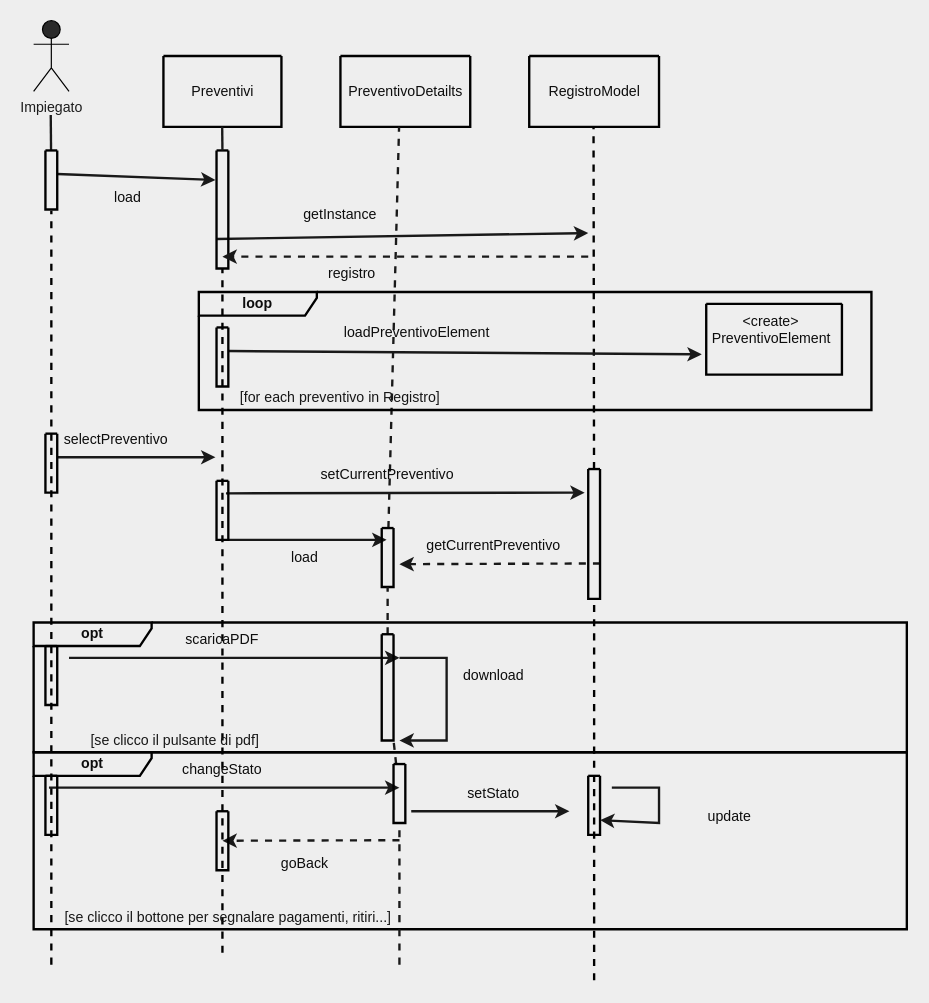
Before: doc/preventiviSeq.drawio in 446f6e6e79/ConfiguratoreAuto, a draw.io diagram. Source tidied: cells renumbered, new cells numbered last; positions are measured from the earlier drawing's top-left corner, leaving out a move shared by most shapes. Both pictures are drawn from the tidied source at 118%, with x=0, y=0 at pixel (33, 20).
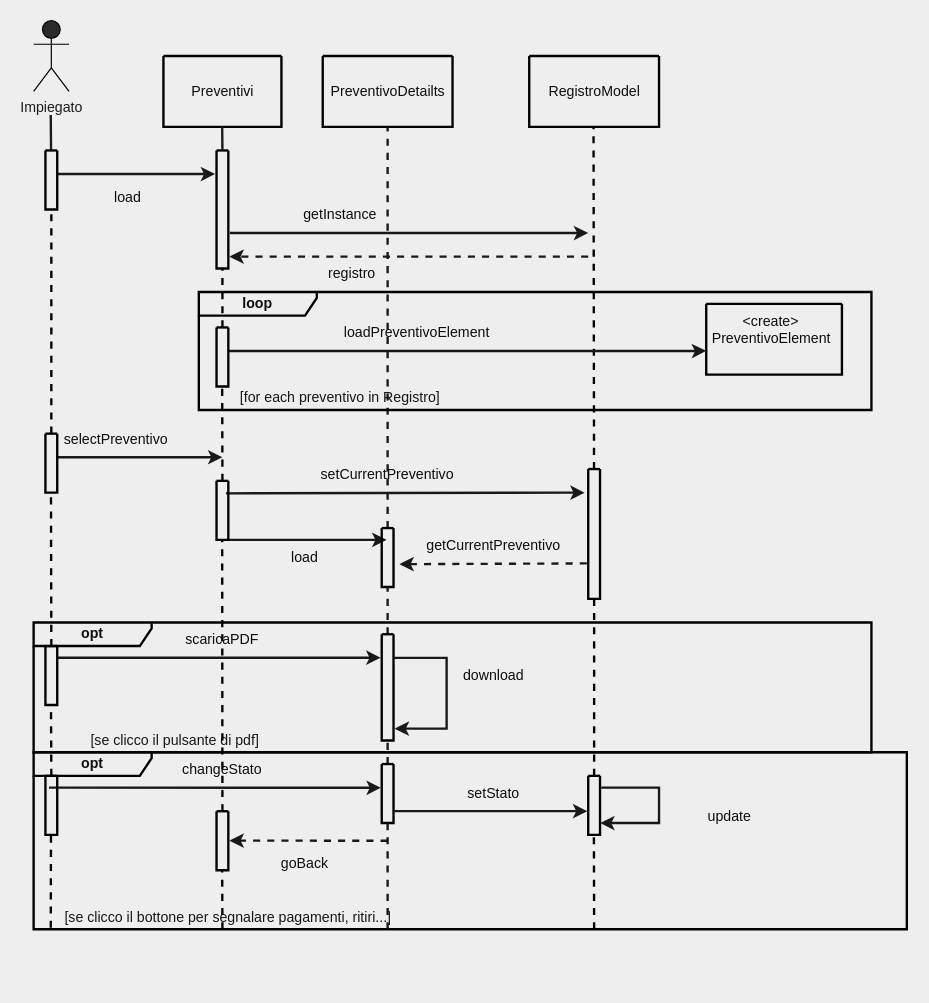
After the change.

Commit message (it also covers changes not shown here):
Sistemato PreventiviSeq

Unchanged cells that the change refers to:
```xml
<mxCell id="9" style="swimlane;startSize=0;labelBackgroundColor=none;strokeColor=#000000;strokeWidth=2;fontColor=#0D0D0D;fillColor=#2A2A2A;" parent="1" vertex="1">
  <mxGeometry x="10" y="110" width="10" height="50" as="geometry" />
</mxCell>
<mxCell id="12" style="swimlane;startSize=0;labelBackgroundColor=none;strokeColor=#000000;strokeWidth=2;fontColor=#0D0D0D;fillColor=#2A2A2A;" parent="1" vertex="1">
  <mxGeometry x="155" y="110" width="10" height="100" as="geometry" />
</mxCell>
<mxCell id="24" style="swimlane;startSize=0;strokeColor=#000000;fontColor=#0D0D0D;fillColor=#2A2A2A;strokeWidth=2;" parent="1" vertex="1">
  <mxGeometry x="570" y="240" width="115" height="60" as="geometry" />
</mxCell>
<mxCell id="25" value="PreventivoElement" style="text;html=1;align=center;verticalAlign=middle;points=[];strokeColor=none;fillColor=none;fontColor=#0D0D0D;" parent="24" vertex="1">
  <mxGeometry x="-5" y="15" width="120" height="30" as="geometry" />
</mxCell>
<mxCell id="37" value="&lt;b&gt;opt&lt;/b&gt;" style="shape=umlFrame;whiteSpace=wrap;html=1;labelBackgroundColor=none;strokeColor=#000000;strokeWidth=2;fontColor=#0D0D0D;fillColor=none;width=100;height=20;" parent="1" vertex="1">
  <mxGeometry y="620" width="740" height="150" as="geometry" />
</mxCell>
<mxCell id="49" value="&lt;font color=&quot;#171717&quot;&gt;[se clicco il bottone per segnalare pagamenti, ritiri...]&lt;/font&gt;" style="text;html=1;strokeColor=none;fillColor=none;align=center;verticalAlign=middle;whiteSpace=wrap;rounded=0;" parent="1" vertex="1">
  <mxGeometry y="750" width="330" height="20" as="geometry" />
</mxCell>
<mxCell id="53" style="swimlane;startSize=0;labelBackgroundColor=none;strokeColor=#000000;strokeWidth=2;fontColor=#0D0D0D;fillColor=#2A2A2A;" parent="1" vertex="1">
  <mxGeometry x="155" y="260" width="10" height="50" as="geometry" />
</mxCell>
<mxCell id="54" style="swimlane;startSize=0;labelBackgroundColor=none;strokeColor=#000000;strokeWidth=2;fontColor=#0D0D0D;fillColor=#2A2A2A;" parent="1" vertex="1">
  <mxGeometry x="10" y="350" width="10" height="50" as="geometry" />
</mxCell>
<mxCell id="55" style="swimlane;startSize=0;labelBackgroundColor=none;strokeColor=#000000;strokeWidth=2;fontColor=#0D0D0D;fillColor=#2A2A2A;" parent="1" vertex="1">
  <mxGeometry x="155" y="390" width="10" height="50" as="geometry" />
</mxCell>
<mxCell id="56" style="swimlane;startSize=0;labelBackgroundColor=none;strokeColor=#000000;strokeWidth=2;fontColor=#0D0D0D;fillColor=#2A2A2A;" parent="1" vertex="1">
  <mxGeometry x="295" y="430" width="10" height="50" as="geometry" />
</mxCell>
<mxCell id="58" style="swimlane;startSize=0;labelBackgroundColor=none;strokeColor=#000000;strokeWidth=2;fontColor=#0D0D0D;fillColor=#2A2A2A;" parent="1" vertex="1">
  <mxGeometry x="470" y="380" width="10" height="110" as="geometry" />
</mxCell>
<mxCell id="60" style="swimlane;startSize=0;labelBackgroundColor=none;strokeColor=#000000;strokeWidth=2;fontColor=#0D0D0D;fillColor=#2A2A2A;" parent="1" vertex="1">
  <mxGeometry x="295" y="520" width="10" height="90" as="geometry" />
</mxCell>
<mxCell id="62" style="swimlane;startSize=0;labelBackgroundColor=none;strokeColor=#000000;strokeWidth=2;fontColor=#0D0D0D;fillColor=#2A2A2A;" parent="1" vertex="1">
  <mxGeometry x="10" y="530" width="10" height="50" as="geometry" />
</mxCell>
<mxCell id="63" style="swimlane;startSize=0;labelBackgroundColor=none;strokeColor=#000000;strokeWidth=2;fontColor=#0D0D0D;fillColor=#2A2A2A;" parent="1" vertex="1">
  <mxGeometry x="155" y="670" width="10" height="50" as="geometry" />
</mxCell>
<mxCell id="67" style="swimlane;startSize=0;labelBackgroundColor=none;strokeColor=#000000;strokeWidth=2;fontColor=#0D0D0D;fillColor=#2A2A2A;" parent="1" vertex="1">
  <mxGeometry x="470" y="640" width="10" height="50" as="geometry" />
</mxCell>
```

Diff of the diagram source:
```diff
@@
     <mxCell id="6" style="swimlane;startSize=0;strokeColor=#000000;fontColor=#0D0D0D;fillColor=#2A2A2A;strokeWidth=2;" parent="1" vertex="1">
-      <mxGeometry x="260" y="30" width="110" height="60" as="geometry" />
+      <mxGeometry x="245" y="30" width="110" height="60" as="geometry" />
     </mxCell>
@@
-    <mxCell id="8" style="endArrow=classic;html=1;rounded=0;strokeColor=#191919;strokeWidth=2;fontColor=#0D0D0D;entryX=-0.092;entryY=0.25;entryDx=0;entryDy=0;entryPerimeter=0;" parent="1" edge="1" target="12">
+    <mxCell id="8" style="endArrow=classic;html=1;rounded=0;strokeColor=#191919;strokeWidth=2;fontColor=#0D0D0D;entryX=-0.117;entryY=0.2;entryDx=0;entryDy=0;entryPerimeter=0;" parent="1" edge="1" target="12">
       <mxGeometry relative="1" as="geometry">
         <mxPoint x="20" y="130" as="sourcePoint" />
       </mxGeometry>
     </mxCell>
@@
-    <mxCell id="10" style="endArrow=classic;html=1;rounded=0;strokeColor=#191919;strokeWidth=2;fontColor=#0D0D0D;exitX=0;exitY=0.75;exitDx=0;exitDy=0;" parent="1" edge="1" source="12">
+    <mxCell id="10" style="endArrow=classic;html=1;rounded=0;strokeColor=#191919;strokeWidth=2;fontColor=#0D0D0D;exitX=1.126;exitY=0.7;exitDx=0;exitDy=0;exitPerimeter=0;" parent="1" edge="1" source="12">
       <mxGeometry relative="1" as="geometry">
         <mxPoint x="470" y="180" as="targetPoint" />
       </mxGeometry>
     </mxCell>
@@
-    <mxCell id="14" style="endArrow=none;html=1;rounded=0;fontColor=#0D0D0D;strokeColor=#191919;strokeWidth=2;dashed=1;startArrow=none;" parent="1" edge="1" source="56">
-      <mxGeometry relative="1" as="geometry">
-        <mxPoint x="309.7" y="90" as="targetPoint" />
-      </mxGeometry>
+    <mxCell id="14" style="endArrow=none;html=1;rounded=0;fontColor=#0D0D0D;strokeColor=#191919;strokeWidth=2;dashed=1;startArrow=none;entryX=0.5;entryY=1;entryDx=0;entryDy=0;" parent="1" edge="1" source="56" target="6">
+      <mxGeometry relative="1" as="geometry" />
     </mxCell>
-    <mxCell id="15" style="endArrow=none;dashed=1;html=1;rounded=0;entryX=0.5;entryY=1;entryDx=0;entryDy=0;strokeWidth=2;strokeColor=#000000;" parent="1" edge="1" target="12">
-      <mxGeometry relative="1" as="geometry">
-        <mxPoint x="160" y="790" as="sourcePoint" />
-      </mxGeometry>
+    <mxCell id="15" style="endArrow=none;dashed=1;html=1;rounded=0;entryX=0.5;entryY=1;entryDx=0;entryDy=0;strokeWidth=2;strokeColor=#000000;exitX=0.5;exitY=0;exitDx=0;exitDy=0;" parent="1" edge="1" source="53" target="12">
+      <mxGeometry relative="1" as="geometry" />
     </mxCell>
-    <mxCell id="16" style="endArrow=none;dashed=1;html=1;rounded=0;entryX=0.501;entryY=1.02;entryDx=0;entryDy=0;strokeWidth=2;strokeColor=#000000;entryPerimeter=0;" parent="1" edge="1" target="9">
-      <mxGeometry relative="1" as="geometry">
-        <mxPoint x="15" y="800" as="sourcePoint" />
-      </mxGeometry>
+    <mxCell id="16" style="endArrow=none;dashed=1;html=1;rounded=0;entryX=0.501;entryY=1.02;entryDx=0;entryDy=0;strokeWidth=2;strokeColor=#000000;entryPerimeter=0;exitX=0.5;exitY=0;exitDx=0;exitDy=0;" parent="1" edge="1" source="54" target="9">
+      <mxGeometry relative="1" as="geometry" />
     </mxCell>
@@
-    <mxCell id="21" style="endArrow=classic;html=1;rounded=0;strokeColor=#191919;strokeWidth=2;fontColor=#0D0D0D;dashed=1;" parent="1" edge="1">
+    <mxCell id="21" style="endArrow=classic;html=1;rounded=0;strokeColor=#191919;strokeWidth=2;fontColor=#0D0D0D;dashed=1;entryX=1.091;entryY=0.9;entryDx=0;entryDy=0;entryPerimeter=0;" parent="1" edge="1" target="12">
       <mxGeometry relative="1" as="geometry">
         <mxPoint x="470" y="200" as="sourcePoint" />
-        <mxPoint x="160" y="200" as="targetPoint" />
       </mxGeometry>
     </mxCell>
@@
-    <mxCell id="27" style="endArrow=classic;html=1;rounded=0;strokeColor=#191919;strokeWidth=2;fontColor=#0D0D0D;entryX=0.01;entryY=0.927;entryDx=0;entryDy=0;entryPerimeter=0;" parent="1" edge="1" target="25">
+    <mxCell id="27" style="endArrow=classic;html=1;rounded=0;strokeColor=#191919;strokeWidth=2;fontColor=#0D0D0D;entryX=-0.001;entryY=0.664;entryDx=0;entryDy=0;entryPerimeter=0;" parent="1" edge="1" target="24">
       <mxGeometry relative="1" as="geometry">
         <mxPoint x="165" y="280" as="sourcePoint" />
+        <Array as="points">
+          <mxPoint x="560" y="280" />
+        </Array>
       </mxGeometry>
     </mxCell>
@@
-    <mxCell id="30" style="endArrow=classic;html=1;rounded=0;strokeColor=#191919;strokeWidth=2;fontColor=#0D0D0D;entryX=-0.092;entryY=0.25;entryDx=0;entryDy=0;entryPerimeter=0;" parent="1" edge="1">
+    <mxCell id="30" style="endArrow=classic;html=1;rounded=0;strokeColor=#191919;strokeWidth=2;fontColor=#0D0D0D;" parent="1" edge="1">
       <mxGeometry relative="1" as="geometry">
         <mxPoint x="20" y="370" as="sourcePoint" />
-        <mxPoint x="154.1" y="370" as="targetPoint" />
+        <mxPoint x="160" y="370" as="targetPoint" />
       </mxGeometry>
     </mxCell>
@@
-    <mxCell id="36" style="endArrow=classic;html=1;rounded=0;strokeColor=#191919;strokeWidth=2;fontColor=#0D0D0D;exitX=1.095;exitY=0.883;exitDx=0;exitDy=0;exitPerimeter=0;dashed=1;" parent="1" edge="1">
+    <mxCell id="36" style="endArrow=classic;html=1;rounded=0;strokeColor=#191919;strokeWidth=2;fontColor=#0D0D0D;exitX=-0.118;exitY=0.727;exitDx=0;exitDy=0;exitPerimeter=0;dashed=1;" parent="1" edge="1" source="58">
       <mxGeometry relative="1" as="geometry">
-        <mxPoint x="480" y="460" as="sourcePoint" />
         <mxPoint x="310" y="460.6" as="targetPoint" />
       </mxGeometry>
     </mxCell>
@@
     <mxCell id="39" value="&lt;b&gt;opt&lt;/b&gt;" style="shape=umlFrame;whiteSpace=wrap;html=1;labelBackgroundColor=none;strokeColor=#000000;strokeWidth=2;fontColor=#0D0D0D;fillColor=none;width=100;height=20;" parent="1" vertex="1">
-      <mxGeometry y="510" width="740" height="110" as="geometry" />
+      <mxGeometry y="510" width="710" height="110" as="geometry" />
     </mxCell>
-    <mxCell id="40" style="endArrow=classic;html=1;rounded=0;strokeColor=#191919;strokeWidth=2;fontColor=#0D0D0D;" parent="1" edge="1">
-      <mxGeometry relative="1" as="geometry">
-        <mxPoint x="30" y="540" as="sourcePoint" />
-        <mxPoint x="310" y="540" as="targetPoint" />
-      </mxGeometry>
+    <mxCell id="40" style="endArrow=classic;html=1;rounded=0;strokeColor=#191919;strokeWidth=2;fontColor=#0D0D0D;entryX=-0.093;entryY=0.221;entryDx=0;entryDy=0;entryPerimeter=0;exitX=1.024;exitY=0.199;exitDx=0;exitDy=0;exitPerimeter=0;" parent="1" edge="1" source="62" target="60">
+      <mxGeometry relative="1" as="geometry" />
     </mxCell>
@@
-    <mxCell id="42" style="endArrow=classic;html=1;rounded=0;strokeColor=#191919;strokeWidth=2;fontColor=#0D0D0D;" parent="1" edge="1">
+    <mxCell id="42" style="endArrow=classic;html=1;rounded=0;strokeColor=#191919;strokeWidth=2;fontColor=#0D0D0D;entryX=1.096;entryY=0.889;entryDx=0;entryDy=0;entryPerimeter=0;exitX=1.071;exitY=0.222;exitDx=0;exitDy=0;exitPerimeter=0;" parent="1" edge="1" source="60" target="60">
       <mxGeometry relative="1" as="geometry">
-        <mxPoint x="310" y="540" as="sourcePoint" />
-        <mxPoint x="310" y="610" as="targetPoint" />
         <Array as="points">
           <mxPoint x="350" y="540" />
-          <mxPoint x="350" y="610" />
+          <mxPoint x="350" y="600" />
         </Array>
       </mxGeometry>
     </mxCell>
@@
-    <mxCell id="44" style="endArrow=classic;html=1;rounded=0;strokeColor=#191919;strokeWidth=2;fontColor=#0D0D0D;" parent="1" edge="1">
+    <mxCell id="44" style="endArrow=classic;html=1;rounded=0;strokeColor=#191919;strokeWidth=2;fontColor=#0D0D0D;entryX=-0.072;entryY=0.402;entryDx=0;entryDy=0;entryPerimeter=0;" parent="1" edge="1" target="65">
       <mxGeometry relative="1" as="geometry">
         <mxPoint x="13" y="650" as="sourcePoint" />
-        <mxPoint x="310" y="650" as="targetPoint" />
       </mxGeometry>
     </mxCell>
@@
-    <mxCell id="46" style="endArrow=classic;html=1;rounded=0;strokeColor=#191919;strokeWidth=2;fontColor=#0D0D0D;entryX=-0.092;entryY=0.25;entryDx=0;entryDy=0;entryPerimeter=0;" parent="1" edge="1">
-      <mxGeometry relative="1" as="geometry">
-        <mxPoint x="320" y="670" as="sourcePoint" />
-        <mxPoint x="454.1" y="670" as="targetPoint" />
-      </mxGeometry>
+    <mxCell id="46" style="endArrow=classic;html=1;rounded=0;strokeColor=#191919;strokeWidth=2;fontColor=#0D0D0D;entryX=-0.076;entryY=0.599;entryDx=0;entryDy=0;entryPerimeter=0;exitX=1.077;exitY=0.799;exitDx=0;exitDy=0;exitPerimeter=0;" parent="1" edge="1" source="65" target="67">
+      <mxGeometry relative="1" as="geometry" />
     </mxCell>
@@
-    <mxCell id="50" style="endArrow=classic;html=1;rounded=0;strokeColor=#191919;strokeWidth=2;fontColor=#0D0D0D;exitX=0.419;exitY=0.497;exitDx=0;exitDy=0;exitPerimeter=0;dashed=1;" parent="1" edge="1" source="37">
+    <mxCell id="50" style="endArrow=classic;html=1;rounded=0;strokeColor=#191919;strokeWidth=2;fontColor=#0D0D0D;dashed=1;entryX=1.096;entryY=0.498;entryDx=0;entryDy=0;entryPerimeter=0;" parent="1" edge="1" target="63">
       <mxGeometry relative="1" as="geometry">
-        <mxPoint x="160" y="695" as="targetPoint" />
+        <mxPoint x="300" y="695" as="sourcePoint" />
       </mxGeometry>
     </mxCell>
-    <mxCell id="51" value="&amp;nbsp;" style="text;html=1;strokeColor=none;fillColor=none;align=center;verticalAlign=middle;whiteSpace=wrap;rounded=0;labelBackgroundColor=none;strokeWidth=2;fontColor=#0D0D0D;" parent="1" vertex="1">
-      <mxGeometry x="120" y="710" width="60" height="30" as="geometry" />
-    </mxCell>
@@
-    <mxCell id="59" style="endArrow=none;dashed=1;html=1;rounded=0;entryX=0.5;entryY=1;entryDx=0;entryDy=0;strokeWidth=2;strokeColor=#000000;" parent="1" edge="1" target="58">
-      <mxGeometry relative="1" as="geometry">
-        <mxPoint x="475" y="813.2" as="sourcePoint" />
-      </mxGeometry>
+    <mxCell id="59" style="endArrow=none;dashed=1;html=1;rounded=0;entryX=0.5;entryY=1;entryDx=0;entryDy=0;strokeWidth=2;strokeColor=#000000;exitX=0.5;exitY=0;exitDx=0;exitDy=0;fontStyle=1;" parent="1" edge="1" source="67" target="58">
+      <mxGeometry relative="1" as="geometry" />
     </mxCell>
@@
     <mxCell id="65" style="swimlane;startSize=0;labelBackgroundColor=none;strokeColor=#000000;strokeWidth=2;fontColor=#0D0D0D;fillColor=#2A2A2A;" parent="1" vertex="1">
-      <mxGeometry x="305" y="630" width="10" height="50" as="geometry" />
+      <mxGeometry x="295" y="630" width="10" height="50" as="geometry" />
     </mxCell>
     <mxCell id="66" style="endArrow=none;html=1;rounded=0;fontColor=#0D0D0D;strokeColor=#191919;strokeWidth=2;dashed=1;" parent="1" edge="1" target="65">
       <mxGeometry relative="1" as="geometry">
-        <mxPoint x="310" y="800" as="sourcePoint" />
+        <mxPoint x="300" y="770" as="sourcePoint" />
       </mxGeometry>
     </mxCell>
@@
-    <mxCell id="68" style="endArrow=classic;html=1;rounded=0;strokeColor=#191919;strokeWidth=2;fontColor=#0D0D0D;entryX=1;entryY=0.75;entryDx=0;entryDy=0;" parent="1" edge="1" target="67">
+    <mxCell id="68" style="endArrow=classic;html=1;rounded=0;strokeColor=#191919;strokeWidth=2;fontColor=#0D0D0D;entryX=1.013;entryY=0.8;entryDx=0;entryDy=0;exitX=1.099;exitY=0.2;exitDx=0;exitDy=0;exitPerimeter=0;entryPerimeter=0;" parent="1" edge="1" source="67" target="67">
       <mxGeometry relative="1" as="geometry">
-        <mxPoint x="490" y="650" as="sourcePoint" />
         <Array as="points">
           <mxPoint x="530" y="650" />
           <mxPoint x="530" y="680" />
         </Array>
       </mxGeometry>
     </mxCell>
@@
+    <mxCell id="70" style="endArrow=none;dashed=1;html=1;rounded=0;entryX=0.5;entryY=1;entryDx=0;entryDy=0;strokeWidth=2;strokeColor=#000000;" parent="1" edge="1">
+      <mxGeometry relative="1" as="geometry">
+        <mxPoint x="475" y="770" as="sourcePoint" />
+        <mxPoint x="474.8" y="690" as="targetPoint" />
+      </mxGeometry>
+    </mxCell>
+    <mxCell id="71" style="endArrow=none;dashed=1;html=1;rounded=0;entryX=0.5;entryY=1;entryDx=0;entryDy=0;strokeWidth=2;strokeColor=#000000;exitX=0.5;exitY=0;exitDx=0;exitDy=0;" parent="1" edge="1" source="55">
+      <mxGeometry relative="1" as="geometry">
+        <mxPoint x="159.8" y="310" as="targetPoint" />
+      </mxGeometry>
+    </mxCell>
+    <mxCell id="72" style="endArrow=none;dashed=1;html=1;rounded=0;entryX=0.5;entryY=1;entryDx=0;entryDy=0;strokeWidth=2;strokeColor=#000000;exitX=0.5;exitY=0;exitDx=0;exitDy=0;" parent="1" edge="1" source="63">
+      <mxGeometry relative="1" as="geometry">
+        <mxPoint x="159.8" y="440" as="targetPoint" />
+      </mxGeometry>
+    </mxCell>
+    <mxCell id="73" style="endArrow=none;dashed=1;html=1;rounded=0;entryX=0.5;entryY=1;entryDx=0;entryDy=0;strokeWidth=2;strokeColor=#000000;" parent="1" edge="1">
+      <mxGeometry relative="1" as="geometry">
+        <mxPoint x="160" y="770" as="sourcePoint" />
+        <mxPoint x="159.8" y="720" as="targetPoint" />
+      </mxGeometry>
+    </mxCell>
+    <mxCell id="74" style="endArrow=none;dashed=1;html=1;rounded=0;entryX=0.501;entryY=1.02;entryDx=0;entryDy=0;strokeWidth=2;strokeColor=#000000;entryPerimeter=0;" parent="1" edge="1">
+      <mxGeometry relative="1" as="geometry">
+        <mxPoint x="15" y="530" as="sourcePoint" />
+        <mxPoint x="14.7" y="400" as="targetPoint" />
+      </mxGeometry>
+    </mxCell>
+    <mxCell id="75" style="endArrow=none;dashed=1;html=1;rounded=0;entryX=0.501;entryY=1.02;entryDx=0;entryDy=0;strokeWidth=2;strokeColor=#000000;entryPerimeter=0;" parent="1" edge="1">
+      <mxGeometry relative="1" as="geometry">
+        <mxPoint x="15" y="640" as="sourcePoint" />
+        <mxPoint x="14.7" y="580" as="targetPoint" />
+      </mxGeometry>
+    </mxCell>
+    <mxCell id="76" style="endArrow=none;dashed=1;html=1;rounded=0;entryX=0.501;entryY=1.02;entryDx=0;entryDy=0;strokeWidth=2;strokeColor=#000000;entryPerimeter=0;exitX=0.044;exitY=0.935;exitDx=0;exitDy=0;exitPerimeter=0;" parent="1" edge="1" source="49">
+      <mxGeometry relative="1" as="geometry">
+        <mxPoint x="14.7" y="690" as="targetPoint" />
+      </mxGeometry>
+    </mxCell>
```
